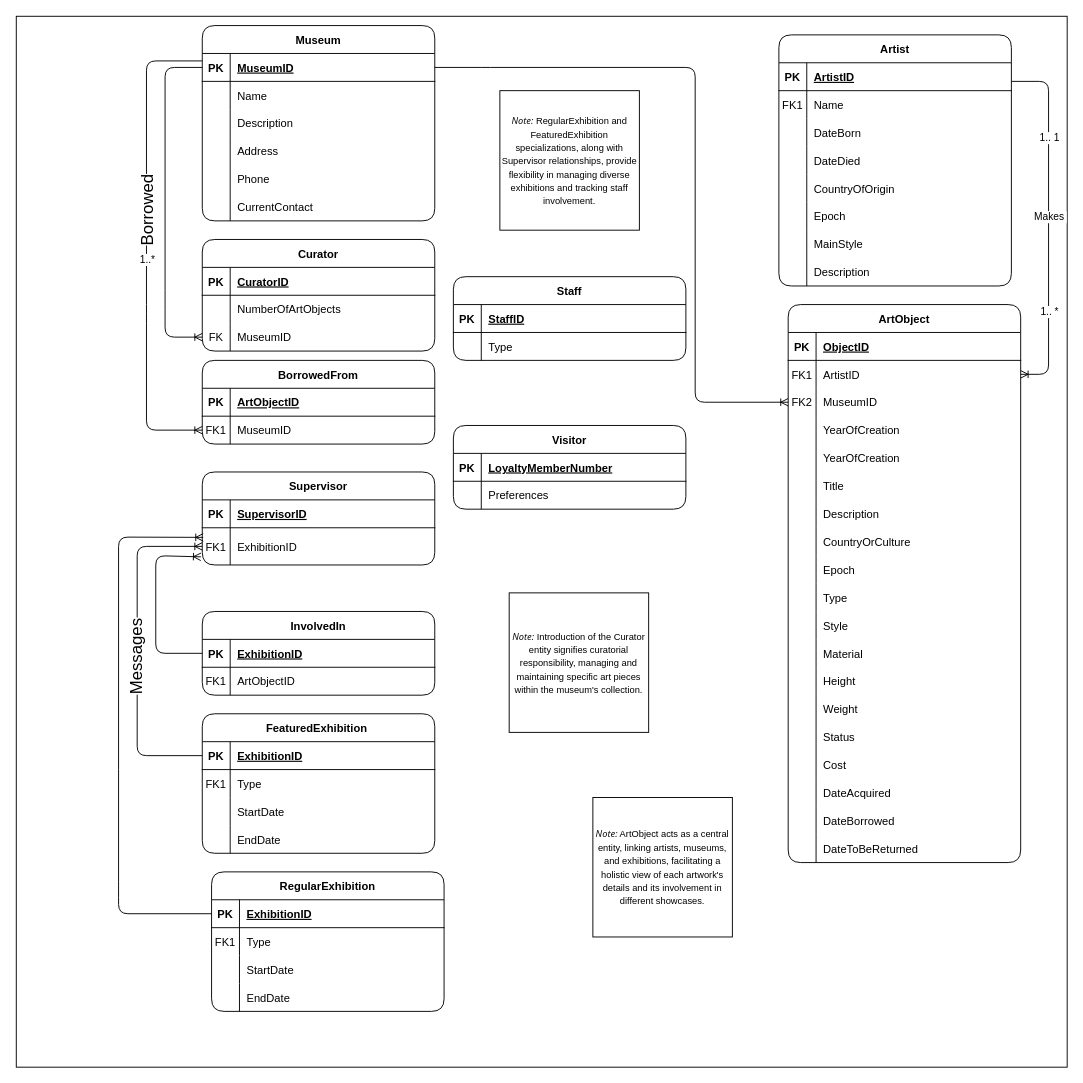
The draw.io diagram 未命名绘图.drawio in QingyangZeng-121/dat, before the edit. Source tidied: cells renumbered, new cells numbered last; positions are measured from the earlier drawing's top-left corner, leaving out a move shared by most shapes. Both pictures are drawn from the tidied source at 93%, with x=0, y=0 at pixel (16, 16).
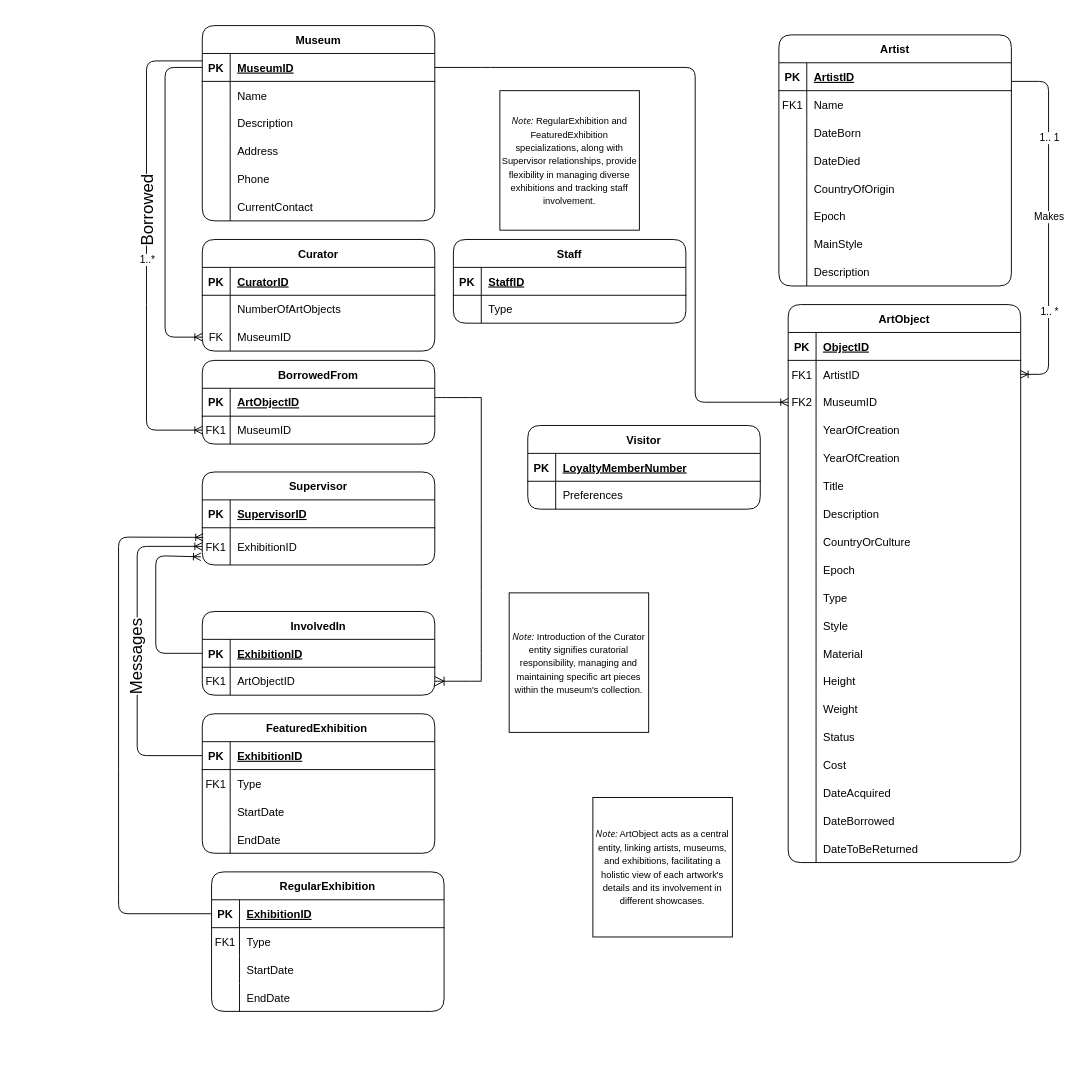
Above is the later version.

Commit message:
更新未命名绘图.drawio

Diff of the diagram source:
```diff
@@
-    <mxCell id="2" style="whiteSpace=wrap;html=1;" parent="1" vertex="1">
-      <mxGeometry width="1130" height="1130" as="geometry" />
-    </mxCell>
@@
     <mxCell id="115" value="Visitor" style="shape=table;startSize=30;childLayout=tableLayout;rowLines=0;fontStyle=1;align=center;rounded=1;" parent="1" vertex="1">
-      <mxGeometry x="470" y="440" width="250" height="90" as="geometry" />
+      <mxGeometry x="550" y="440" width="250" height="90" as="geometry" />
     </mxCell>
@@
     <mxCell id="122" value="Staff" style="shape=table;startSize=30;childLayout=tableLayout;rowLines=0;fontStyle=1;align=center;rounded=1;" parent="1" vertex="1">
-      <mxGeometry x="470" y="280" width="250" height="90" as="geometry" />
+      <mxGeometry x="470" y="240" width="250" height="90" as="geometry" />
     </mxCell>
@@
+    <mxCell id="192" style="endArrow=none;html=1;rounded=0;fontSize=12;startSize=8;endSize=8;curved=1;endFill=0;startArrow=ERoneToMany;startFill=0;" parent="1" edge="1">
+      <mxGeometry relative="1" as="geometry">
+        <mxPoint x="450" y="715" as="sourcePoint" />
+        <mxPoint x="500" y="715" as="targetPoint" />
+      </mxGeometry>
+    </mxCell>
+    <mxCell id="193" style="endArrow=none;html=1;rounded=0;fontSize=12;startSize=8;endSize=8;curved=1;" parent="1" edge="1">
+      <mxGeometry relative="1" as="geometry">
+        <mxPoint x="500" y="715" as="sourcePoint" />
+        <mxPoint x="500" y="410" as="targetPoint" />
+      </mxGeometry>
+    </mxCell>
+    <mxCell id="194" style="endArrow=none;html=1;rounded=0;fontSize=12;startSize=8;endSize=8;curved=1;exitX=1;exitY=0.5;exitDx=0;exitDy=0;" parent="1" edge="1">
+      <mxGeometry relative="1" as="geometry">
+        <mxPoint x="450" y="410" as="sourcePoint" />
+        <mxPoint x="500" y="410" as="targetPoint" />
+      </mxGeometry>
+    </mxCell>
```
